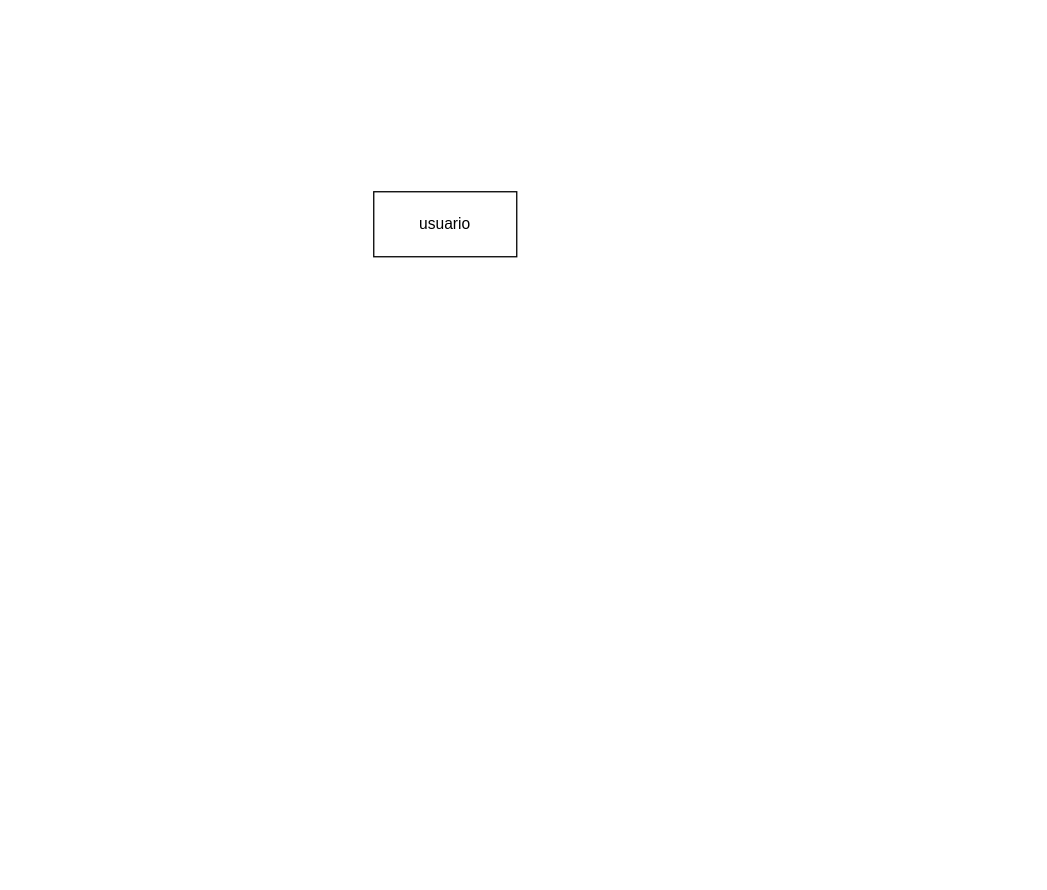
Above: src/main/resources/DER_Taller1.drawio in EquipoTaller1/proyectoCursadaTaller1Unlam (draw.io), before the change. Source tidied: cells renumbered, new cells numbered last; positions are measured from the earlier drawing's top-left corner, leaving out a move shared by most shapes. Both pictures are drawn from the tidied source at 130%, with x=0, y=0 at pixel (373, 191).
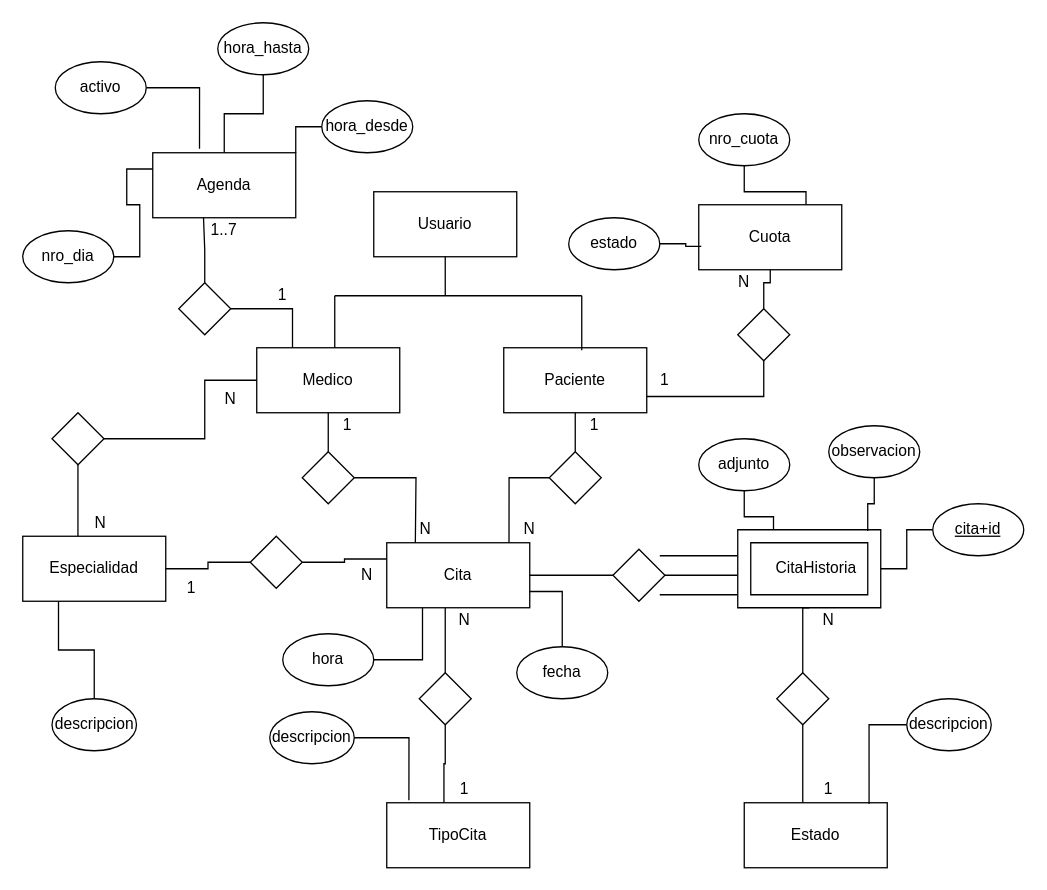
The same page after the edit.

The edit, as a diff of the source:
```diff
@@
-    <mxCell id="2" value="usuario" style="rounded=0;whiteSpace=wrap;html=1;" parent="1" vertex="1">
+    <mxCell id="2" value="Usuario" style="rounded=0;whiteSpace=wrap;html=1;" parent="1" vertex="1">
       <mxGeometry width="110" height="50" as="geometry" />
     </mxCell>
+    <mxCell id="3" value="Medico" style="rounded=0;whiteSpace=wrap;html=1;" parent="1" vertex="1">
+      <mxGeometry x="-90" y="120" width="110" height="50" as="geometry" />
+    </mxCell>
+    <mxCell id="4" value="Paciente" style="rounded=0;whiteSpace=wrap;html=1;" parent="1" vertex="1">
+      <mxGeometry x="100" y="120" width="110" height="50" as="geometry" />
+    </mxCell>
+    <mxCell id="5" style="endArrow=none;html=1;entryX=0.5;entryY=1;entryDx=0;entryDy=0;" parent="1" edge="1" target="2">
+      <mxGeometry relative="1" as="geometry">
+        <mxPoint x="55" y="80" as="sourcePoint" />
+      </mxGeometry>
+    </mxCell>
+    <mxCell id="6" style="endArrow=none;html=1;" parent="1" edge="1">
+      <mxGeometry relative="1" as="geometry">
+        <mxPoint x="-30" y="80" as="sourcePoint" />
+        <mxPoint x="160" y="80" as="targetPoint" />
+      </mxGeometry>
+    </mxCell>
+    <mxCell id="7" style="endArrow=none;html=1;" parent="1" edge="1">
+      <mxGeometry relative="1" as="geometry">
+        <mxPoint x="-30" y="120" as="sourcePoint" />
+        <mxPoint x="-30" y="80" as="targetPoint" />
+      </mxGeometry>
+    </mxCell>
+    <mxCell id="8" style="endArrow=none;startArrow=none;html=1;endFill=0;startFill=0;" parent="1" edge="1">
+      <mxGeometry relative="1" as="geometry">
+        <mxPoint x="160" y="122" as="sourcePoint" />
+        <mxPoint x="160" y="80" as="targetPoint" />
+      </mxGeometry>
+    </mxCell>
+    <mxCell id="9" value="Cita" style="rounded=0;whiteSpace=wrap;html=1;" parent="1" vertex="1">
+      <mxGeometry x="10" y="270" width="110" height="50" as="geometry" />
+    </mxCell>
+    <mxCell id="10" style="edgeStyle=orthogonalEdgeStyle;rounded=0;jettySize=auto;html=1;entryX=0;entryY=0.5;entryDx=0;entryDy=0;startArrow=none;startFill=0;endArrow=none;endFill=0;" parent="1" edge="1" source="12">
+      <mxGeometry relative="1" as="geometry">
+        <mxPoint x="280" y="295" as="targetPoint" />
+      </mxGeometry>
+    </mxCell>
+    <mxCell id="11" style="edgeStyle=orthogonalEdgeStyle;rounded=0;jettySize=auto;html=1;entryX=1;entryY=0.5;entryDx=0;entryDy=0;startArrow=none;startFill=0;endArrow=none;endFill=0;" parent="1" edge="1" source="12" target="9">
+      <mxGeometry relative="1" as="geometry" />
+    </mxCell>
+    <mxCell id="12" style="rhombus;whiteSpace=wrap;html=1;" parent="1" vertex="1">
+      <mxGeometry x="184" y="275" width="40" height="40" as="geometry" />
+    </mxCell>
+    <mxCell id="13" style="edgeStyle=orthogonalEdgeStyle;rounded=0;jettySize=auto;html=1;entryX=0.855;entryY=0;entryDx=0;entryDy=0;entryPerimeter=0;startArrow=none;startFill=0;endArrow=none;endFill=0;" parent="1" edge="1" source="15" target="9">
+      <mxGeometry relative="1" as="geometry" />
+    </mxCell>
+    <mxCell id="14" style="edgeStyle=orthogonalEdgeStyle;rounded=0;jettySize=auto;html=1;entryX=0.5;entryY=1;entryDx=0;entryDy=0;startArrow=none;startFill=0;endArrow=none;endFill=0;" parent="1" edge="1" source="15" target="4">
+      <mxGeometry relative="1" as="geometry" />
+    </mxCell>
+    <mxCell id="15" style="rhombus;whiteSpace=wrap;html=1;" parent="1" vertex="1">
+      <mxGeometry x="135" y="200" width="40" height="40" as="geometry" />
+    </mxCell>
+    <mxCell id="16" style="edgeStyle=orthogonalEdgeStyle;rounded=0;jettySize=auto;html=1;startArrow=none;startFill=0;endArrow=none;endFill=0;" parent="1" edge="1" source="18">
+      <mxGeometry relative="1" as="geometry">
+        <mxPoint x="32" y="270" as="targetPoint" />
+      </mxGeometry>
+    </mxCell>
+    <mxCell id="17" style="edgeStyle=orthogonalEdgeStyle;rounded=0;jettySize=auto;html=1;entryX=0.5;entryY=1;entryDx=0;entryDy=0;startArrow=none;startFill=0;endArrow=none;endFill=0;" parent="1" edge="1" source="18" target="3">
+      <mxGeometry relative="1" as="geometry" />
+    </mxCell>
+    <mxCell id="18" style="rhombus;whiteSpace=wrap;html=1;" parent="1" vertex="1">
+      <mxGeometry x="-55" y="200" width="40" height="40" as="geometry" />
+    </mxCell>
+    <mxCell id="19" style="endArrow=none;html=1;" parent="1" edge="1">
+      <mxGeometry relative="1" as="geometry">
+        <mxPoint x="220" y="280" as="sourcePoint" />
+        <mxPoint x="280" y="280" as="targetPoint" />
+        <Array as="points">
+          <mxPoint x="250" y="280" />
+        </Array>
+      </mxGeometry>
+    </mxCell>
+    <mxCell id="20" style="endArrow=none;html=1;" parent="1" edge="1">
+      <mxGeometry relative="1" as="geometry">
+        <mxPoint x="220" y="310" as="sourcePoint" />
+        <mxPoint x="280" y="310" as="targetPoint" />
+        <Array as="points">
+          <mxPoint x="250" y="310" />
+        </Array>
+      </mxGeometry>
+    </mxCell>
+    <mxCell id="21" style="verticalLabelPosition=bottom;verticalAlign=top;html=1;shape=mxgraph.basic.frame;dx=10;" parent="1" vertex="1">
+      <mxGeometry x="280" y="260" width="110" height="60" as="geometry" />
+    </mxCell>
+    <mxCell id="22" value="CitaHistoria" style="text;html=1;align=center;verticalAlign=middle;strokeColor=none;" parent="1" vertex="1">
+      <mxGeometry x="300" y="280" width="80" height="20" as="geometry" />
+    </mxCell>
+    <mxCell id="23" value="TipoCita" style="rounded=0;whiteSpace=wrap;html=1;" parent="1" vertex="1">
+      <mxGeometry x="10" y="470" width="110" height="50" as="geometry" />
+    </mxCell>
+    <mxCell id="24" style="edgeStyle=orthogonalEdgeStyle;rounded=0;jettySize=auto;html=1;entryX=0.409;entryY=1;entryDx=0;entryDy=0;entryPerimeter=0;startArrow=none;startFill=0;endArrow=none;endFill=0;" parent="1" edge="1" source="26" target="9">
+      <mxGeometry relative="1" as="geometry" />
+    </mxCell>
+    <mxCell id="25" style="edgeStyle=orthogonalEdgeStyle;rounded=0;jettySize=auto;html=1;entryX=0.4;entryY=0;entryDx=0;entryDy=0;startArrow=none;startFill=0;endArrow=none;endFill=0;entryPerimeter=0;" parent="1" edge="1" source="26" target="23">
+      <mxGeometry relative="1" as="geometry">
+        <Array as="points">
+          <mxPoint x="55" y="440" />
+          <mxPoint x="54" y="440" />
+        </Array>
+      </mxGeometry>
+    </mxCell>
+    <mxCell id="26" style="rhombus;whiteSpace=wrap;html=1;" parent="1" vertex="1">
+      <mxGeometry x="35" y="370" width="40" height="40" as="geometry" />
+    </mxCell>
+    <mxCell id="27" style="edgeStyle=orthogonalEdgeStyle;rounded=0;jettySize=auto;html=1;entryX=0.155;entryY=-0.04;entryDx=0;entryDy=0;entryPerimeter=0;startArrow=none;startFill=0;endArrow=none;endFill=0;" parent="1" edge="1" source="28" target="23">
+      <mxGeometry relative="1" as="geometry" />
+    </mxCell>
+    <mxCell id="28" value="descripcion" style="ellipse;whiteSpace=wrap;html=1;" parent="1" vertex="1">
+      <mxGeometry x="-80" y="400" width="65" height="40" as="geometry" />
+    </mxCell>
+    <mxCell id="29" style="edgeStyle=orthogonalEdgeStyle;rounded=0;jettySize=auto;html=1;entryX=0.909;entryY=0.017;entryDx=0;entryDy=0;entryPerimeter=0;startArrow=none;startFill=0;endArrow=none;endFill=0;" parent="1" edge="1" source="30" target="21">
+      <mxGeometry relative="1" as="geometry" />
+    </mxCell>
+    <mxCell id="30" value="observacion" style="ellipse;whiteSpace=wrap;html=1;" parent="1" vertex="1">
+      <mxGeometry x="350" y="180" width="70" height="40" as="geometry" />
+    </mxCell>
+    <mxCell id="31" value="Especialidad" style="rounded=0;whiteSpace=wrap;html=1;" parent="1" vertex="1">
+      <mxGeometry x="-270" y="265" width="110" height="50" as="geometry" />
+    </mxCell>
+    <mxCell id="32" style="edgeStyle=orthogonalEdgeStyle;rounded=0;jettySize=auto;html=1;startArrow=none;startFill=0;endArrow=none;endFill=0;entryX=0;entryY=0.5;entryDx=0;entryDy=0;" parent="1" edge="1" source="34" target="3">
+      <mxGeometry relative="1" as="geometry">
+        <Array as="points">
+          <mxPoint x="-130" y="145" />
+        </Array>
+      </mxGeometry>
+    </mxCell>
+    <mxCell id="33" style="edgeStyle=orthogonalEdgeStyle;rounded=0;jettySize=auto;html=1;entryX=0.386;entryY=0;entryDx=0;entryDy=0;entryPerimeter=0;startArrow=none;startFill=0;endArrow=none;endFill=0;" parent="1" edge="1" source="34" target="31">
+      <mxGeometry relative="1" as="geometry" />
+    </mxCell>
+    <mxCell id="34" style="rhombus;whiteSpace=wrap;html=1;" parent="1" vertex="1">
+      <mxGeometry x="-247.5" y="170" width="40" height="40" as="geometry" />
+    </mxCell>
+    <mxCell id="35" value="Cuota" style="rounded=0;whiteSpace=wrap;html=1;" parent="1" vertex="1">
+      <mxGeometry x="250" y="10" width="110" height="50" as="geometry" />
+    </mxCell>
+    <mxCell id="36" style="edgeStyle=orthogonalEdgeStyle;rounded=0;jettySize=auto;html=1;entryX=1;entryY=0.75;entryDx=0;entryDy=0;startArrow=none;startFill=0;endArrow=none;endFill=0;exitX=0.5;exitY=1;exitDx=0;exitDy=0;" parent="1" edge="1" source="38" target="4">
+      <mxGeometry relative="1" as="geometry" />
+    </mxCell>
+    <mxCell id="37" style="edgeStyle=orthogonalEdgeStyle;rounded=0;jettySize=auto;html=1;entryX=0.5;entryY=1;entryDx=0;entryDy=0;startArrow=none;startFill=0;endArrow=none;endFill=0;" parent="1" edge="1" source="38" target="35">
+      <mxGeometry relative="1" as="geometry" />
+    </mxCell>
+    <mxCell id="38" style="rhombus;whiteSpace=wrap;html=1;" parent="1" vertex="1">
+      <mxGeometry x="280" y="90" width="40" height="40" as="geometry" />
+    </mxCell>
+    <mxCell id="39" value="Agenda" style="rounded=0;whiteSpace=wrap;html=1;" parent="1" vertex="1">
+      <mxGeometry x="-170" y="-30" width="110" height="50" as="geometry" />
+    </mxCell>
+    <mxCell id="40" style="edgeStyle=orthogonalEdgeStyle;rounded=0;jettySize=auto;html=1;entryX=0.25;entryY=0;entryDx=0;entryDy=0;startArrow=none;startFill=0;endArrow=none;endFill=0;" parent="1" edge="1" source="42" target="3">
+      <mxGeometry relative="1" as="geometry" />
+    </mxCell>
+    <mxCell id="41" style="edgeStyle=orthogonalEdgeStyle;rounded=0;jettySize=auto;html=1;entryX=0.355;entryY=1;entryDx=0;entryDy=0;entryPerimeter=0;startArrow=none;startFill=0;endArrow=none;endFill=0;" parent="1" edge="1" source="42" target="39">
+      <mxGeometry relative="1" as="geometry" />
+    </mxCell>
+    <mxCell id="42" style="rhombus;whiteSpace=wrap;html=1;" parent="1" vertex="1">
+      <mxGeometry x="-150" y="70" width="40" height="40" as="geometry" />
+    </mxCell>
+    <mxCell id="43" value="Estado" style="rounded=0;whiteSpace=wrap;html=1;" parent="1" vertex="1">
+      <mxGeometry x="285" y="470" width="110" height="50" as="geometry" />
+    </mxCell>
+    <mxCell id="44" style="edgeStyle=orthogonalEdgeStyle;rounded=0;jettySize=auto;html=1;startArrow=none;startFill=0;endArrow=none;endFill=0;entryX=0.5;entryY=1;entryDx=0;entryDy=0;entryPerimeter=0;" parent="1" edge="1" source="46" target="21">
+      <mxGeometry relative="1" as="geometry">
+        <Array as="points">
+          <mxPoint x="330" y="320" />
+        </Array>
+      </mxGeometry>
+    </mxCell>
+    <mxCell id="45" style="edgeStyle=orthogonalEdgeStyle;rounded=0;jettySize=auto;html=1;startArrow=none;startFill=0;endArrow=none;endFill=0;" parent="1" edge="1" source="46">
+      <mxGeometry relative="1" as="geometry">
+        <mxPoint x="330" y="470" as="targetPoint" />
+      </mxGeometry>
+    </mxCell>
+    <mxCell id="46" style="rhombus;whiteSpace=wrap;html=1;" parent="1" vertex="1">
+      <mxGeometry x="310" y="370" width="40" height="40" as="geometry" />
+    </mxCell>
+    <mxCell id="47" style="edgeStyle=orthogonalEdgeStyle;rounded=0;jettySize=auto;html=1;entryX=0.873;entryY=0.02;entryDx=0;entryDy=0;entryPerimeter=0;startArrow=none;startFill=0;endArrow=none;endFill=0;" parent="1" edge="1" source="48" target="43">
+      <mxGeometry relative="1" as="geometry" />
+    </mxCell>
+    <mxCell id="48" value="descripcion" style="ellipse;whiteSpace=wrap;html=1;" parent="1" vertex="1">
+      <mxGeometry x="410" y="390" width="65" height="40" as="geometry" />
+    </mxCell>
+    <mxCell id="49" style="edgeStyle=orthogonalEdgeStyle;rounded=0;jettySize=auto;html=1;entryX=0;entryY=0;entryDx=27.5;entryDy=0;entryPerimeter=0;startArrow=none;startFill=0;endArrow=none;endFill=0;" parent="1" edge="1" source="50" target="21">
+      <mxGeometry relative="1" as="geometry" />
+    </mxCell>
+    <mxCell id="50" value="adjunto" style="ellipse;whiteSpace=wrap;html=1;" parent="1" vertex="1">
+      <mxGeometry x="250" y="190" width="70" height="40" as="geometry" />
+    </mxCell>
+    <mxCell id="51" style="edgeStyle=orthogonalEdgeStyle;rounded=0;jettySize=auto;html=1;entryX=0.25;entryY=1;entryDx=0;entryDy=0;startArrow=none;startFill=0;endArrow=none;endFill=0;" parent="1" edge="1" source="52" target="31">
+      <mxGeometry relative="1" as="geometry" />
+    </mxCell>
+    <mxCell id="52" value="descripcion" style="ellipse;whiteSpace=wrap;html=1;" parent="1" vertex="1">
+      <mxGeometry x="-247.5" y="390" width="65" height="40" as="geometry" />
+    </mxCell>
+    <mxCell id="53" style="edgeStyle=orthogonalEdgeStyle;rounded=0;jettySize=auto;html=1;entryX=0.327;entryY=-0.06;entryDx=0;entryDy=0;entryPerimeter=0;startArrow=none;startFill=0;endArrow=none;endFill=0;" parent="1" edge="1" source="54" target="39">
+      <mxGeometry relative="1" as="geometry" />
+    </mxCell>
+    <mxCell id="54" value="activo" style="ellipse;whiteSpace=wrap;html=1;" parent="1" vertex="1">
+      <mxGeometry x="-245" y="-100" width="70" height="40" as="geometry" />
+    </mxCell>
+    <mxCell id="55" style="edgeStyle=orthogonalEdgeStyle;rounded=0;jettySize=auto;html=1;entryX=0.5;entryY=0;entryDx=0;entryDy=0;startArrow=none;startFill=0;endArrow=none;endFill=0;" parent="1" edge="1" source="56" target="39">
+      <mxGeometry relative="1" as="geometry" />
+    </mxCell>
+    <mxCell id="56" value="hora_hasta" style="ellipse;whiteSpace=wrap;html=1;" parent="1" vertex="1">
+      <mxGeometry x="-120" y="-130" width="70" height="40" as="geometry" />
+    </mxCell>
+    <mxCell id="57" style="edgeStyle=orthogonalEdgeStyle;rounded=0;jettySize=auto;html=1;entryX=1;entryY=0;entryDx=0;entryDy=0;startArrow=none;startFill=0;endArrow=none;endFill=0;" parent="1" edge="1" source="58" target="39">
+      <mxGeometry relative="1" as="geometry" />
+    </mxCell>
+    <mxCell id="58" value="hora_desde" style="ellipse;whiteSpace=wrap;html=1;" parent="1" vertex="1">
+      <mxGeometry x="-40" y="-70" width="70" height="40" as="geometry" />
+    </mxCell>
+    <mxCell id="59" style="edgeStyle=orthogonalEdgeStyle;rounded=0;jettySize=auto;html=1;entryX=0;entryY=0.25;entryDx=0;entryDy=0;startArrow=none;startFill=0;endArrow=none;endFill=0;" parent="1" edge="1" source="61" target="9">
+      <mxGeometry relative="1" as="geometry" />
+    </mxCell>
+    <mxCell id="60" style="edgeStyle=orthogonalEdgeStyle;rounded=0;jettySize=auto;html=1;entryX=1;entryY=0.5;entryDx=0;entryDy=0;startArrow=none;startFill=0;endArrow=none;endFill=0;" parent="1" edge="1" source="61" target="31">
+      <mxGeometry relative="1" as="geometry" />
+    </mxCell>
+    <mxCell id="61" style="rhombus;whiteSpace=wrap;html=1;" parent="1" vertex="1">
+      <mxGeometry x="-95" y="265" width="40" height="40" as="geometry" />
+    </mxCell>
+    <mxCell id="62" value="N" style="text;html=1;strokeColor=none;fillColor=none;align=center;verticalAlign=middle;whiteSpace=wrap;rounded=0;" parent="1" vertex="1">
+      <mxGeometry x="-130" y="150" width="40" height="20" as="geometry" />
+    </mxCell>
+    <mxCell id="63" value="N" style="text;html=1;strokeColor=none;fillColor=none;align=center;verticalAlign=middle;whiteSpace=wrap;rounded=0;" parent="1" vertex="1">
+      <mxGeometry x="-230" y="245" width="40" height="20" as="geometry" />
+    </mxCell>
+    <mxCell id="64" value="N" style="text;html=1;strokeColor=none;fillColor=none;align=center;verticalAlign=middle;whiteSpace=wrap;rounded=0;" parent="1" vertex="1">
+      <mxGeometry x="-25" y="285" width="40" height="20" as="geometry" />
+    </mxCell>
+    <mxCell id="65" value="1" style="text;html=1;strokeColor=none;fillColor=none;align=center;verticalAlign=middle;whiteSpace=wrap;rounded=0;" parent="1" vertex="1">
+      <mxGeometry x="-160" y="295" width="40" height="20" as="geometry" />
+    </mxCell>
+    <mxCell id="66" value="1" style="text;html=1;strokeColor=none;fillColor=none;align=center;verticalAlign=middle;whiteSpace=wrap;rounded=0;" parent="1" vertex="1">
+      <mxGeometry x="50" y="450" width="40" height="20" as="geometry" />
+    </mxCell>
+    <mxCell id="67" value="N" style="text;html=1;strokeColor=none;fillColor=none;align=center;verticalAlign=middle;whiteSpace=wrap;rounded=0;" parent="1" vertex="1">
+      <mxGeometry x="50" y="320" width="40" height="20" as="geometry" />
+    </mxCell>
+    <mxCell id="68" value="1" style="text;html=1;strokeColor=none;fillColor=none;align=center;verticalAlign=middle;whiteSpace=wrap;rounded=0;" parent="1" vertex="1">
+      <mxGeometry x="330" y="450" width="40" height="20" as="geometry" />
+    </mxCell>
+    <mxCell id="69" style="edgeStyle=orthogonalEdgeStyle;rounded=0;jettySize=auto;html=1;entryX=1;entryY=0.5;entryDx=0;entryDy=0;entryPerimeter=0;startArrow=none;startFill=0;endArrow=none;endFill=0;" parent="1" edge="1" source="70" target="21">
+      <mxGeometry relative="1" as="geometry" />
+    </mxCell>
+    <mxCell id="70" value="&lt;u&gt;cita+id&lt;/u&gt;" style="ellipse;whiteSpace=wrap;html=1;" parent="1" vertex="1">
+      <mxGeometry x="430" y="240" width="70" height="40" as="geometry" />
+    </mxCell>
+    <mxCell id="71" value="1" style="text;html=1;strokeColor=none;fillColor=none;align=center;verticalAlign=middle;whiteSpace=wrap;rounded=0;" parent="1" vertex="1">
+      <mxGeometry x="-40" y="170" width="40" height="20" as="geometry" />
+    </mxCell>
+    <mxCell id="72" value="N" style="text;html=1;strokeColor=none;fillColor=none;align=center;verticalAlign=middle;whiteSpace=wrap;rounded=0;" parent="1" vertex="1">
+      <mxGeometry x="20" y="250" width="40" height="20" as="geometry" />
+    </mxCell>
+    <mxCell id="73" value="1" style="text;html=1;strokeColor=none;fillColor=none;align=center;verticalAlign=middle;whiteSpace=wrap;rounded=0;" parent="1" vertex="1">
+      <mxGeometry x="150" y="170" width="40" height="20" as="geometry" />
+    </mxCell>
+    <mxCell id="74" value="N" style="text;html=1;strokeColor=none;fillColor=none;align=center;verticalAlign=middle;whiteSpace=wrap;rounded=0;" parent="1" vertex="1">
+      <mxGeometry x="100" y="250" width="40" height="20" as="geometry" />
+    </mxCell>
+    <mxCell id="75" value="1..7" style="text;html=1;strokeColor=none;fillColor=none;align=center;verticalAlign=middle;whiteSpace=wrap;rounded=0;" parent="1" vertex="1">
+      <mxGeometry x="-135" y="20" width="40" height="20" as="geometry" />
+    </mxCell>
+    <mxCell id="76" value="1" style="text;html=1;strokeColor=none;fillColor=none;align=center;verticalAlign=middle;whiteSpace=wrap;rounded=0;" parent="1" vertex="1">
+      <mxGeometry x="-90" y="70" width="40" height="20" as="geometry" />
+    </mxCell>
+    <mxCell id="77" value="1" style="text;html=1;strokeColor=none;fillColor=none;align=center;verticalAlign=middle;whiteSpace=wrap;rounded=0;" parent="1" vertex="1">
+      <mxGeometry x="204" y="135" width="40" height="20" as="geometry" />
+    </mxCell>
+    <mxCell id="78" value="N" style="text;html=1;strokeColor=none;fillColor=none;align=center;verticalAlign=middle;whiteSpace=wrap;rounded=0;" parent="1" vertex="1">
+      <mxGeometry x="330" y="320" width="40" height="20" as="geometry" />
+    </mxCell>
+    <mxCell id="79" value="N" style="text;html=1;strokeColor=none;fillColor=none;align=center;verticalAlign=middle;whiteSpace=wrap;rounded=0;" parent="1" vertex="1">
+      <mxGeometry x="265" y="60" width="40" height="20" as="geometry" />
+    </mxCell>
+    <mxCell id="80" style="edgeStyle=orthogonalEdgeStyle;rounded=0;jettySize=auto;html=1;entryX=1;entryY=0.75;entryDx=0;entryDy=0;startArrow=none;startFill=0;endArrow=none;endFill=0;" parent="1" edge="1" source="81" target="9">
+      <mxGeometry relative="1" as="geometry" />
+    </mxCell>
+    <mxCell id="81" value="fecha" style="ellipse;whiteSpace=wrap;html=1;" parent="1" vertex="1">
+      <mxGeometry x="110" y="350" width="70" height="40" as="geometry" />
+    </mxCell>
+    <mxCell id="82" style="edgeStyle=orthogonalEdgeStyle;rounded=0;jettySize=auto;html=1;entryX=0.25;entryY=1;entryDx=0;entryDy=0;startArrow=none;startFill=0;endArrow=none;endFill=0;" parent="1" edge="1" source="83" target="9">
+      <mxGeometry relative="1" as="geometry" />
+    </mxCell>
+    <mxCell id="83" value="hora" style="ellipse;whiteSpace=wrap;html=1;" parent="1" vertex="1">
+      <mxGeometry x="-70" y="340" width="70" height="40" as="geometry" />
+    </mxCell>
+    <mxCell id="84" style="edgeStyle=orthogonalEdgeStyle;rounded=0;jettySize=auto;html=1;entryX=0;entryY=0.25;entryDx=0;entryDy=0;startArrow=none;startFill=0;endArrow=none;endFill=0;" parent="1" edge="1" source="85" target="39">
+      <mxGeometry relative="1" as="geometry" />
+    </mxCell>
+    <mxCell id="85" value="nro_dia" style="ellipse;whiteSpace=wrap;html=1;" parent="1" vertex="1">
+      <mxGeometry x="-270" y="30" width="70" height="40" as="geometry" />
+    </mxCell>
+    <mxCell id="86" style="edgeStyle=orthogonalEdgeStyle;rounded=0;jettySize=auto;html=1;entryX=0.018;entryY=0.64;entryDx=0;entryDy=0;entryPerimeter=0;startArrow=none;startFill=0;endArrow=none;endFill=0;" parent="1" edge="1" source="87" target="35">
+      <mxGeometry relative="1" as="geometry" />
+    </mxCell>
+    <mxCell id="87" value="estado" style="ellipse;whiteSpace=wrap;html=1;" parent="1" vertex="1">
+      <mxGeometry x="150" y="20" width="70" height="40" as="geometry" />
+    </mxCell>
+    <mxCell id="88" style="edgeStyle=orthogonalEdgeStyle;rounded=0;jettySize=auto;html=1;entryX=0.75;entryY=0;entryDx=0;entryDy=0;startArrow=none;startFill=0;endArrow=none;endFill=0;" parent="1" edge="1" source="89" target="35">
+      <mxGeometry relative="1" as="geometry" />
+    </mxCell>
+    <mxCell id="89" value="nro_cuota" style="ellipse;whiteSpace=wrap;html=1;" parent="1" vertex="1">
+      <mxGeometry x="250" y="-60" width="70" height="40" as="geometry" />
+    </mxCell>
```
